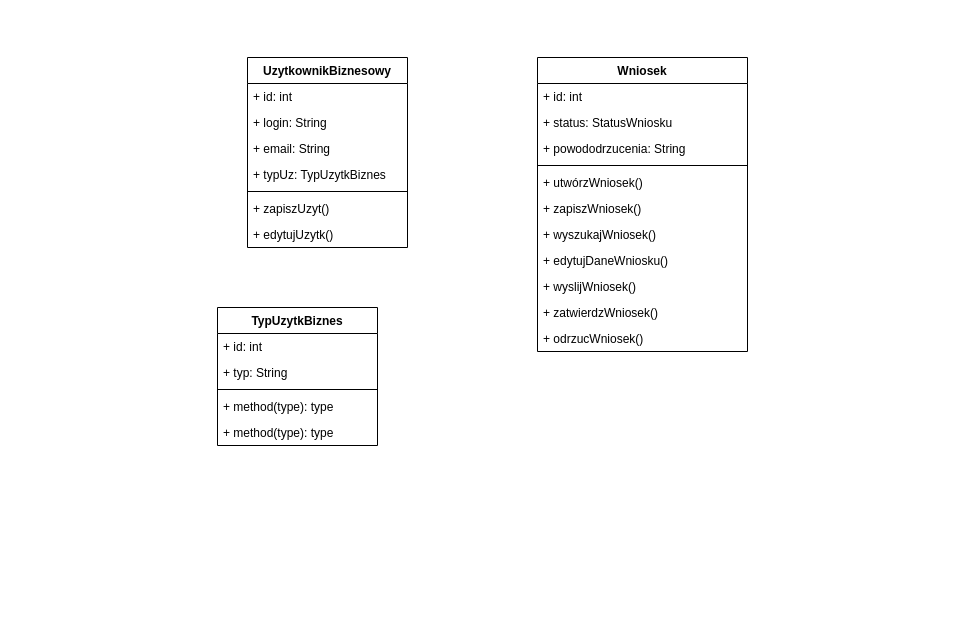
Above: Untitled Diagram.drawio in tadeg/study (draw.io), before the change. Source tidied: cells renumbered, new cells numbered last; positions are measured from the earlier drawing's top-left corner, leaving out a move shared by most shapes. Both pictures are drawn from the tidied source at 100%, with x=0, y=0 at pixel (217, 57).
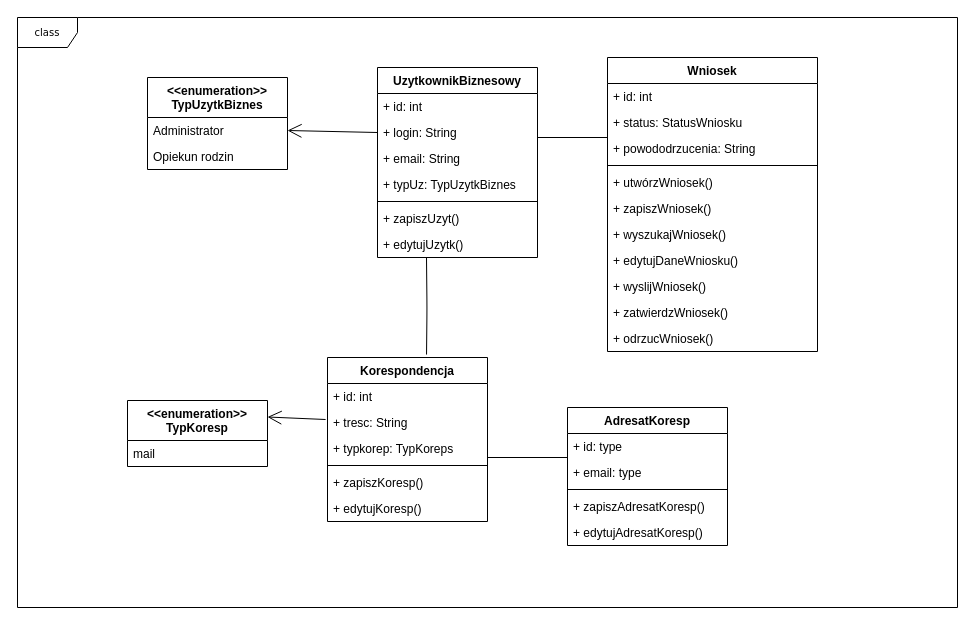
Above is the later version.

Unchanged cells that the change refers to:
```xml
<mxCell id="16" value="+ login: String" style="text;strokeColor=none;fillColor=none;align=left;verticalAlign=top;spacingLeft=4;spacingRight=4;overflow=hidden;points=[[0,0.5],[1,0.5]];portConstraint=eastwest;" parent="14" vertex="1">
  <mxGeometry y="52" width="160" height="26" as="geometry" />
</mxCell>
```

Change to the diagram source:
```diff
@@
     <mxCell id="2" value="Wniosek" style="swimlane;fontStyle=1;align=center;verticalAlign=top;horizontal=1;startSize=26;" parent="1" vertex="1">
-      <mxGeometry x="320" width="210" height="294" as="geometry" />
+      <mxGeometry x="390" width="210" height="294" as="geometry" />
     </mxCell>
@@
     <mxCell id="14" value="UzytkownikBiznesowy" style="swimlane;fontStyle=1;align=center;verticalAlign=top;horizontal=1;startSize=26;" parent="1" vertex="1">
-      <mxGeometry x="30" width="160" height="190" as="geometry" />
+      <mxGeometry x="160" y="10" width="160" height="190" as="geometry" />
     </mxCell>
@@
-    <mxCell id="22" value="TypUzytkBiznes" style="swimlane;fontStyle=1;align=center;verticalAlign=top;horizontal=1;startSize=26;" parent="1" vertex="1">
-      <mxGeometry y="250" width="160" height="138" as="geometry" />
-    </mxCell>
+    <mxCell id="28" value="&lt;&lt;enumeration&gt;&gt;&#10;TypUzytkBiznes" style="swimlane;fontStyle=1;horizontal=1;startSize=40;fillColor=none;" parent="1" vertex="1">
+      <mxGeometry x="-70" y="20" width="140" height="92" as="geometry" />
+    </mxCell>
+    <mxCell id="29" value="Administrator" style="text;strokeColor=none;fillColor=none;align=left;verticalAlign=top;spacingLeft=4;spacingRight=4;overflow=hidden;points=[[0,0.5],[1,0.5]];portConstraint=eastwest;" parent="28" vertex="1">
+      <mxGeometry y="40" width="140" height="26" as="geometry" />
+    </mxCell>
+    <mxCell id="30" value="Opiekun rodzin" style="text;strokeColor=none;fillColor=none;align=left;verticalAlign=top;spacingLeft=4;spacingRight=4;overflow=hidden;" parent="28" vertex="1">
+      <mxGeometry y="66" width="140" height="26" as="geometry" />
+    </mxCell>
+    <mxCell id="31" style="endArrow=open;endFill=1;endSize=12;html=1;exitX=0;exitY=0.5;exitDx=0;exitDy=0;entryX=1;entryY=0.5;entryDx=0;entryDy=0;" parent="1" edge="1" source="16" target="29">
+      <mxGeometry relative="1" as="geometry" />
+    </mxCell>
+    <mxCell id="32" style="endArrow=none;html=1;edgeStyle=orthogonalEdgeStyle;" parent="1" edge="1">
+      <mxGeometry relative="1" as="geometry">
+        <mxPoint x="320" y="80" as="sourcePoint" />
+        <mxPoint x="390" y="80" as="targetPoint" />
+      </mxGeometry>
+    </mxCell>
+    <mxCell id="33" value="AdresatKoresp" style="swimlane;fontStyle=1;align=center;verticalAlign=top;horizontal=1;startSize=26;" parent="1" vertex="1">
+      <mxGeometry x="350" y="350" width="160" height="138" as="geometry" />
+    </mxCell>
+    <mxCell id="34" value="+ id: type" style="text;strokeColor=none;fillColor=none;align=left;verticalAlign=top;spacingLeft=4;spacingRight=4;overflow=hidden;" parent="33" vertex="1">
+      <mxGeometry y="26" width="160" height="26" as="geometry" />
+    </mxCell>
+    <mxCell id="35" value="+ email: type" style="text;strokeColor=none;fillColor=none;align=left;verticalAlign=top;spacingLeft=4;spacingRight=4;overflow=hidden;" parent="33" vertex="1">
+      <mxGeometry y="52" width="160" height="26" as="geometry" />
+    </mxCell>
+    <mxCell id="25" style="line;strokeWidth=1;fillColor=none;align=left;verticalAlign=middle;spacingTop=-1;spacingLeft=3;spacingRight=3;labelPosition=right;" parent="33" vertex="1">
+      <mxGeometry y="78" width="160" height="8" as="geometry" />
+    </mxCell>
+    <mxCell id="36" value="+ zapiszAdresatKoresp()" style="text;strokeColor=none;fillColor=none;align=left;verticalAlign=top;spacingLeft=4;spacingRight=4;overflow=hidden;" parent="33" vertex="1">
+      <mxGeometry y="86" width="160" height="26" as="geometry" />
+    </mxCell>
+    <mxCell id="37" value="+ edytujAdresatKoresp()" style="text;strokeColor=none;fillColor=none;align=left;verticalAlign=top;spacingLeft=4;spacingRight=4;overflow=hidden;" parent="33" vertex="1">
+      <mxGeometry y="112" width="160" height="26" as="geometry" />
+    </mxCell>
+    <mxCell id="38" value="&lt;&lt;enumeration&gt;&gt;&#10;TypKoresp" style="swimlane;fontStyle=1;horizontal=1;startSize=40;fillColor=none;" parent="1" vertex="1">
+      <mxGeometry x="-90" y="343" width="140" height="66" as="geometry" />
+    </mxCell>
+    <mxCell id="39" value="mail" style="text;strokeColor=none;fillColor=none;align=left;verticalAlign=top;spacingLeft=4;spacingRight=4;overflow=hidden;" parent="38" vertex="1">
+      <mxGeometry y="40" width="140" height="26" as="geometry" />
+    </mxCell>
+    <mxCell id="40" style="endArrow=open;endFill=1;endSize=12;html=1;entryX=1;entryY=0.25;entryDx=0;entryDy=0;exitX=-0.012;exitY=0.138;exitDx=0;exitDy=0;exitPerimeter=0;" parent="1" edge="1" target="38">
+      <mxGeometry relative="1" as="geometry">
+        <mxPoint x="108.1" y="362" as="sourcePoint" />
+      </mxGeometry>
+    </mxCell>
+    <mxCell id="41" style="endArrow=none;html=1;edgeStyle=orthogonalEdgeStyle;" parent="1" edge="1">
+      <mxGeometry relative="1" as="geometry">
+        <mxPoint x="270" y="400" as="sourcePoint" />
+        <mxPoint x="350" y="400" as="targetPoint" />
+      </mxGeometry>
+    </mxCell>
+    <mxCell id="42" value="Korespondencja" style="swimlane;fontStyle=1;align=center;verticalAlign=top;horizontal=1;startSize=26;" parent="1" vertex="1">
+      <mxGeometry x="110" y="300" width="160" height="164" as="geometry" />
+    </mxCell>
-    <mxCell id="23" value="+ id: int" style="text;strokeColor=none;fillColor=none;align=left;verticalAlign=top;spacingLeft=4;spacingRight=4;overflow=hidden;" parent="22" vertex="1">
+    <mxCell id="23" value="+ id: int" style="text;strokeColor=none;fillColor=none;align=left;verticalAlign=top;spacingLeft=4;spacingRight=4;overflow=hidden;" parent="42" vertex="1">
       <mxGeometry y="26" width="160" height="26" as="geometry" />
     </mxCell>
-    <mxCell id="24" value="+ typ: String" style="text;strokeColor=none;fillColor=none;align=left;verticalAlign=top;spacingLeft=4;spacingRight=4;overflow=hidden;" parent="22" vertex="1">
-      <mxGeometry y="52" width="160" height="26" as="geometry" />
-    </mxCell>
-    <mxCell id="25" style="line;strokeWidth=1;fillColor=none;align=left;verticalAlign=middle;spacingTop=-1;spacingLeft=3;spacingRight=3;labelPosition=right;" parent="22" vertex="1">
-      <mxGeometry y="78" width="160" height="8" as="geometry" />
-    </mxCell>
-    <mxCell id="26" value="+ method(type): type" style="text;strokeColor=none;fillColor=none;align=left;verticalAlign=top;spacingLeft=4;spacingRight=4;overflow=hidden;" parent="22" vertex="1">
-      <mxGeometry y="86" width="160" height="26" as="geometry" />
-    </mxCell>
-    <mxCell id="27" value="+ method(type): type" style="text;strokeColor=none;fillColor=none;align=left;verticalAlign=top;spacingLeft=4;spacingRight=4;overflow=hidden;" parent="22" vertex="1">
-      <mxGeometry y="112" width="160" height="26" as="geometry" />
-    </mxCell>
+    <mxCell id="43" value="+ tresc: String" style="text;strokeColor=none;fillColor=none;align=left;verticalAlign=top;spacingLeft=4;spacingRight=4;overflow=hidden;" parent="42" vertex="1">
+      <mxGeometry y="52" width="160" height="26" as="geometry" />
+    </mxCell>
+    <mxCell id="44" value="+ typkorep: TypKoreps" style="text;strokeColor=none;fillColor=none;align=left;verticalAlign=top;spacingLeft=4;spacingRight=4;overflow=hidden;" parent="42" vertex="1">
+      <mxGeometry y="78" width="160" height="26" as="geometry" />
+    </mxCell>
+    <mxCell id="45" style="line;strokeWidth=1;fillColor=none;align=left;verticalAlign=middle;spacingTop=-1;spacingLeft=3;spacingRight=3;labelPosition=right;" parent="42" vertex="1">
+      <mxGeometry y="104" width="160" height="8" as="geometry" />
+    </mxCell>
+    <mxCell id="46" value="+ zapiszKoresp()" style="text;strokeColor=none;fillColor=none;align=left;verticalAlign=top;spacingLeft=4;spacingRight=4;overflow=hidden;" parent="42" vertex="1">
+      <mxGeometry y="112" width="160" height="26" as="geometry" />
+    </mxCell>
+    <mxCell id="47" value="+ edytujKoresp()" style="text;strokeColor=none;fillColor=none;align=left;verticalAlign=top;spacingLeft=4;spacingRight=4;overflow=hidden;" parent="42" vertex="1">
+      <mxGeometry y="138" width="160" height="26" as="geometry" />
+    </mxCell>
+    <mxCell id="48" style="endArrow=none;html=1;edgeStyle=orthogonalEdgeStyle;entryX=0.619;entryY=-0.018;entryDx=0;entryDy=0;entryPerimeter=0;" parent="1" edge="1" target="42">
+      <mxGeometry relative="1" as="geometry">
+        <mxPoint x="209" y="200" as="sourcePoint" />
+      </mxGeometry>
+    </mxCell>
+    <mxCell id="49" value="class" style="shape=umlFrame;whiteSpace=wrap;html=1;rounded=0;shadow=0;comic=0;labelBackgroundColor=none;strokeWidth=1;fontFamily=Verdana;fontSize=10;align=center;" parent="1" vertex="1">
+      <mxGeometry x="-200" y="-40" width="940" height="590" as="geometry" />
+    </mxCell>
```
